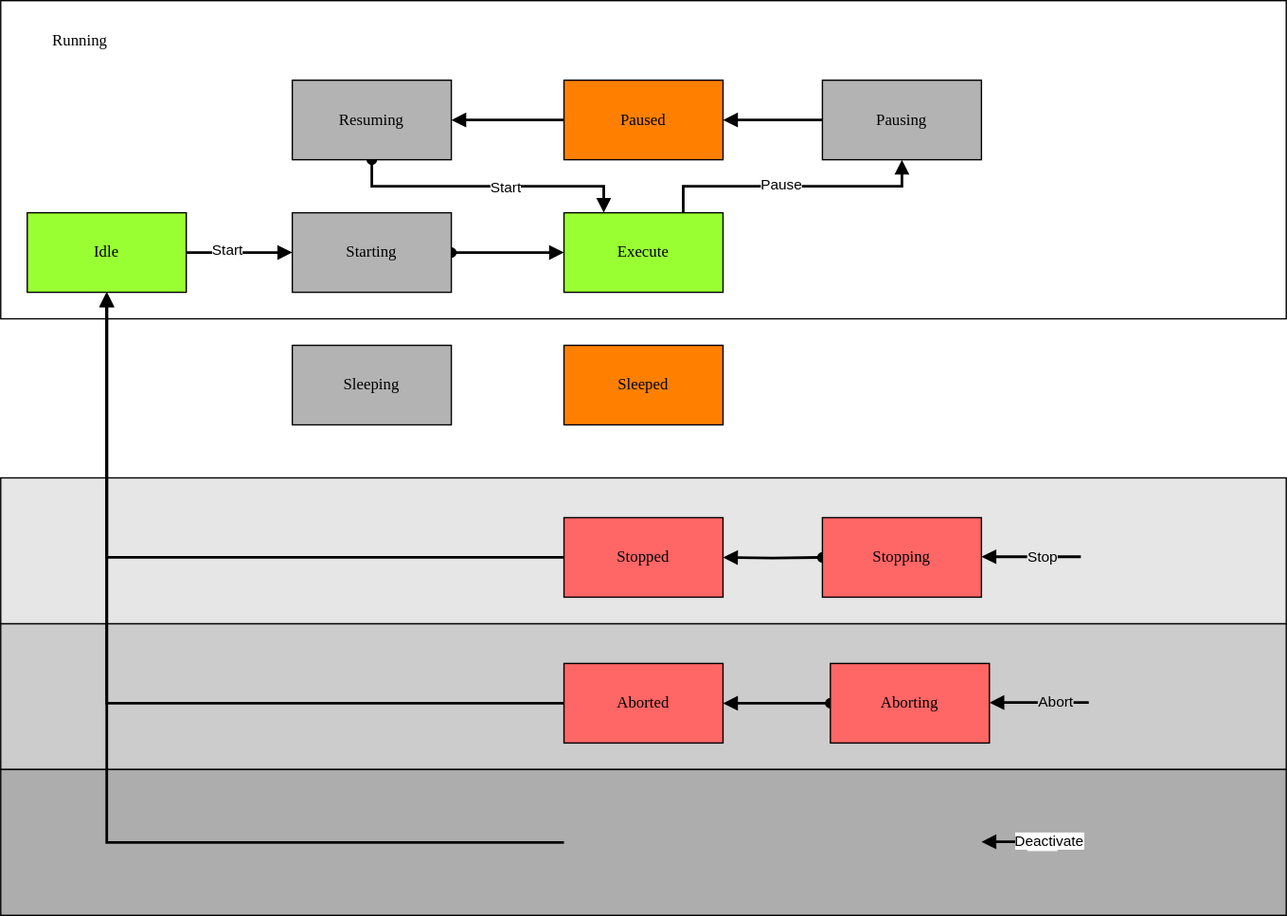
PeterZerlauth/Tc3_Component keeps this draw.io diagram as docs/StateMachine.drawio.svg. Above is the earlier version. Source tidied: cells renumbered, new cells last; positions are measured from the earlier drawing's top-left corner, leaving out a move shared by most shapes.
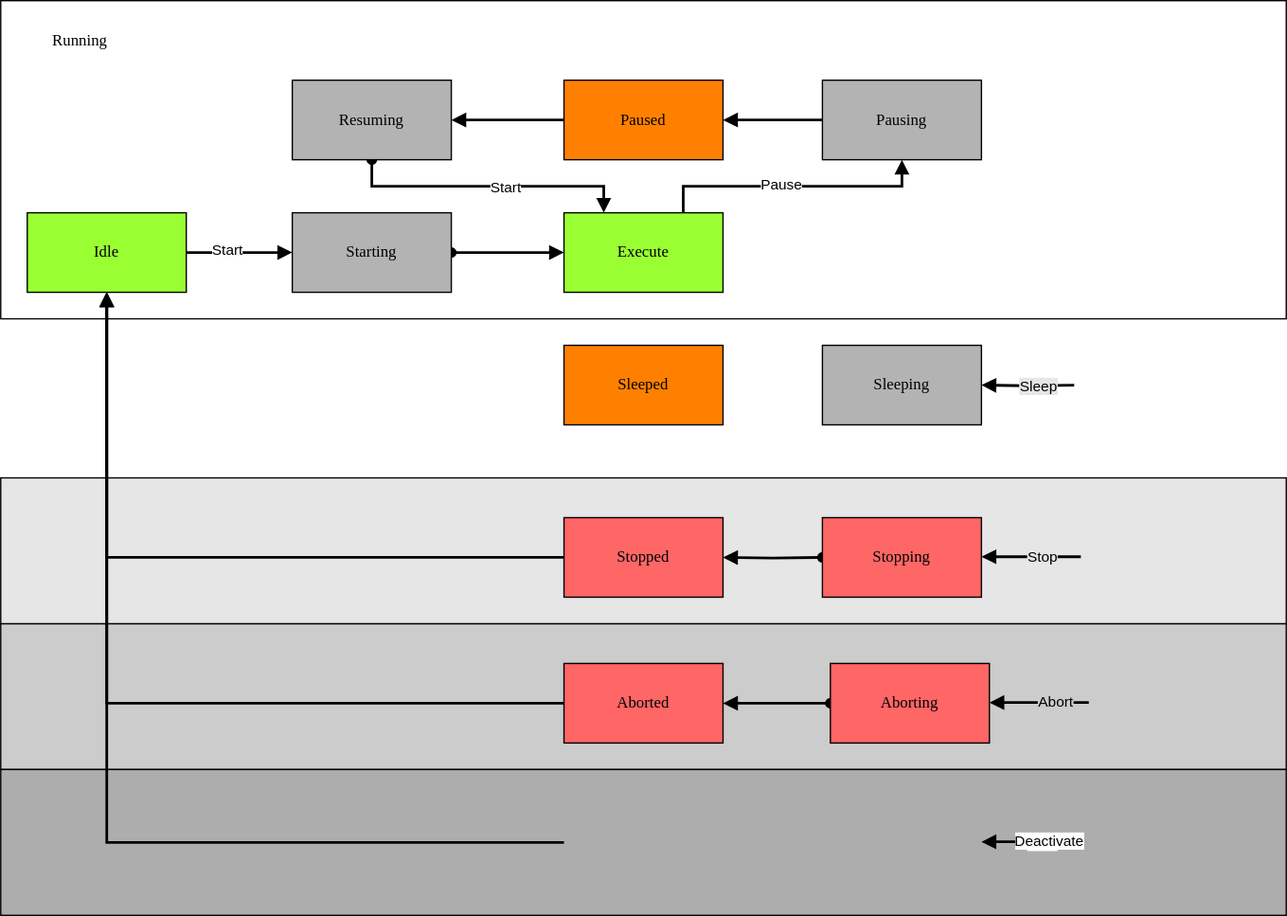
The same diagram one commit later.

The edit, as a diff of the source:
```diff
@@ -121,7 +121,7 @@
       <mxGeometry x="425" y="260" width="120" height="60" as="geometry" />
     </mxCell>
     <mxCell id="35" value="Sleeping" style="rounded=0;whiteSpace=wrap;html=1;arcSize=24;fillColor=#B3B3B3;strokeColor=#000000;shadow=0;comic=0;labelBackgroundColor=none;fontFamily=Verdana;fontSize=12;fontColor=#000000;align=center;" parent="1" vertex="1">
-      <mxGeometry x="220" y="260" width="120" height="60" as="geometry" />
+      <mxGeometry x="620" y="260" width="120" height="60" as="geometry" />
     </mxCell>
     <mxCell id="36" style="edgeStyle=orthogonalEdgeStyle;rounded=0;orthogonalLoop=1;jettySize=auto;html=1;strokeColor=default;align=center;verticalAlign=middle;fontFamily=Helvetica;fontSize=11;fontColor=default;labelBackgroundColor=default;endArrow=block;endFill=1;strokeWidth=2;" parent="1" edge="1">
       <mxGeometry relative="1" as="geometry">
@@ -148,5 +148,15 @@
         </Array>
       </mxGeometry>
     </mxCell>
+    <mxCell id="40" style="edgeStyle=orthogonalEdgeStyle;rounded=0;jettySize=auto;html=1;strokeColor=default;align=center;verticalAlign=middle;fontFamily=Helvetica;fontSize=11;fontColor=default;labelBackgroundColor=default;endArrow=block;endFill=1;strokeWidth=2;entryX=1;entryY=0.5;entryDx=0;entryDy=0;" parent="1" edge="1" target="35">
+      <mxGeometry relative="1" as="geometry">
+        <mxPoint x="810" y="290" as="sourcePoint" />
+      </mxGeometry>
+    </mxCell>
+    <mxCell id="41" value="Sleep" style="edgeLabel;html=1;align=center;verticalAlign=middle;fontFamily=Helvetica;fontSize=11;fontColor=default;labelBackgroundColor=#E6E6E6;" parent="40" vertex="1">
+      <mxGeometry x="-0.2" y="3" relative="1" as="geometry">
+        <mxPoint y="-3" as="offset" />
+      </mxGeometry>
+    </mxCell>
   </root>
 </mxGraphModel>
```
